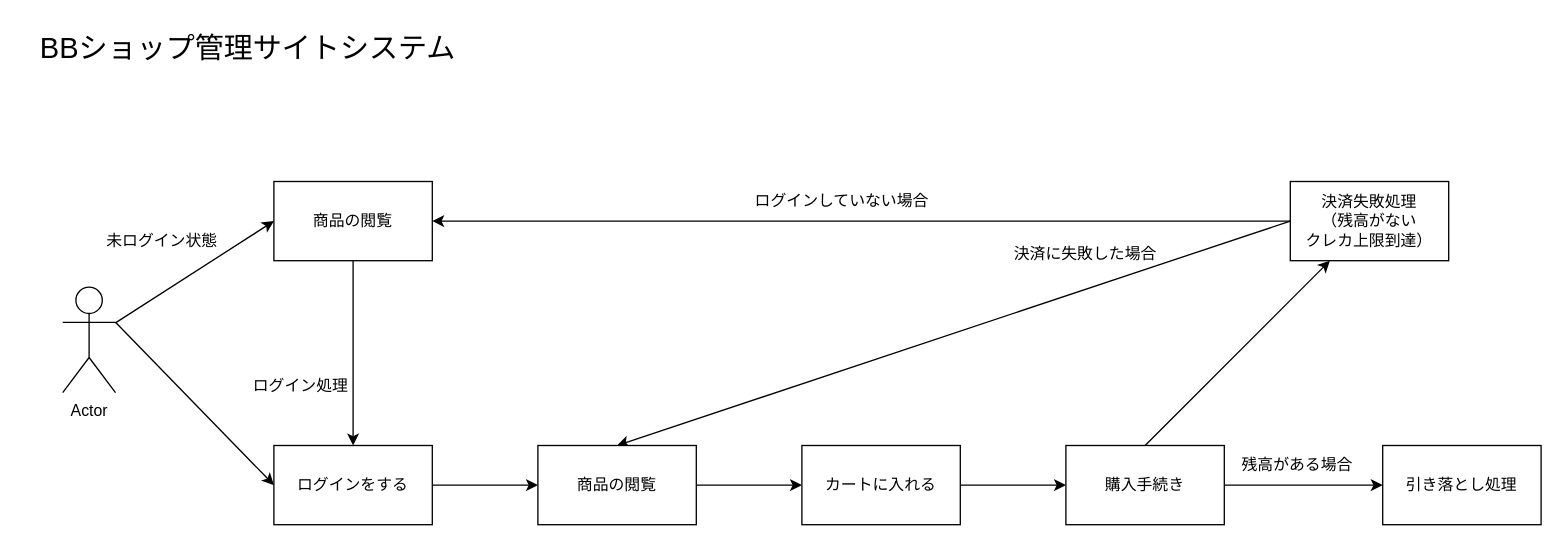
kTaiga1016/kouka keeps this draw.io diagram as 名称未設定ファイル.drawio. Above is the earlier version. Source tidied: cells renumbered, new cells numbered last; positions are measured from the earlier drawing's top-left corner, leaving out a move shared by most shapes. Both pictures are drawn from the tidied source at 132%, with x=0, y=0 at pixel (22, 22).
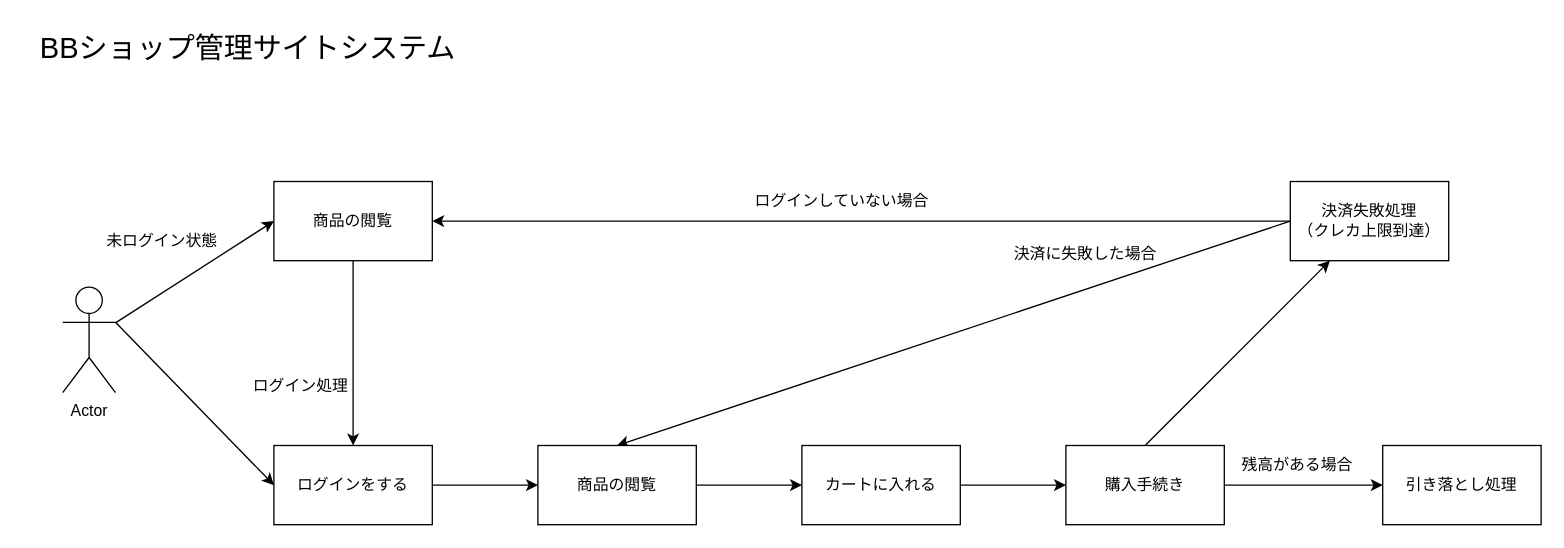
The same diagram, later.

What changed in the source:
```diff
@@
-    <mxCell id="12" value="決済失敗処理&lt;br&gt;（残高がない&lt;br&gt;クレカ上限到達&lt;span style=&quot;background-color: transparent; color: light-dark(rgb(0, 0, 0), rgb(255, 255, 255));&quot;&gt;）&lt;/span&gt;" style="rounded=0;whiteSpace=wrap;html=1;" parent="1" vertex="1">
+    <mxCell id="12" value="決済失敗処理&lt;br&gt;（クレカ上限到達&lt;span style=&quot;background-color: transparent; color: light-dark(rgb(0, 0, 0), rgb(255, 255, 255));&quot;&gt;）&lt;/span&gt;" style="rounded=0;whiteSpace=wrap;html=1;" parent="1" vertex="1">
       <mxGeometry x="960" y="120" width="120" height="60" as="geometry" />
     </mxCell>
```
